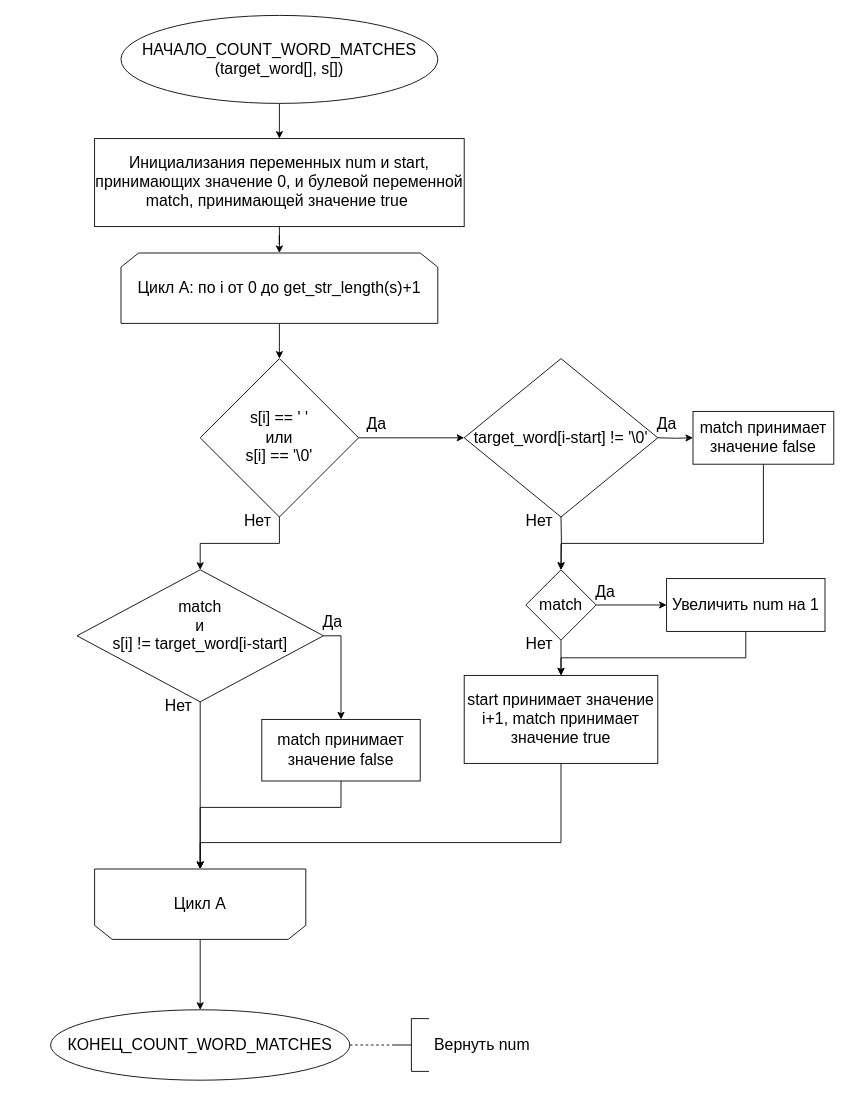
This is lr3.2/text/count_word_matches.drawio from eldarbr/silver-funicular, a draw.io file, before an edit. Source tidied: cells renumbered, new cells numbered last; positions are measured from the earlier drawing's top-left corner, leaving out a move shared by most shapes. Both pictures are drawn from the tidied source at 88%, with x=0, y=0 at pixel (50, 15).
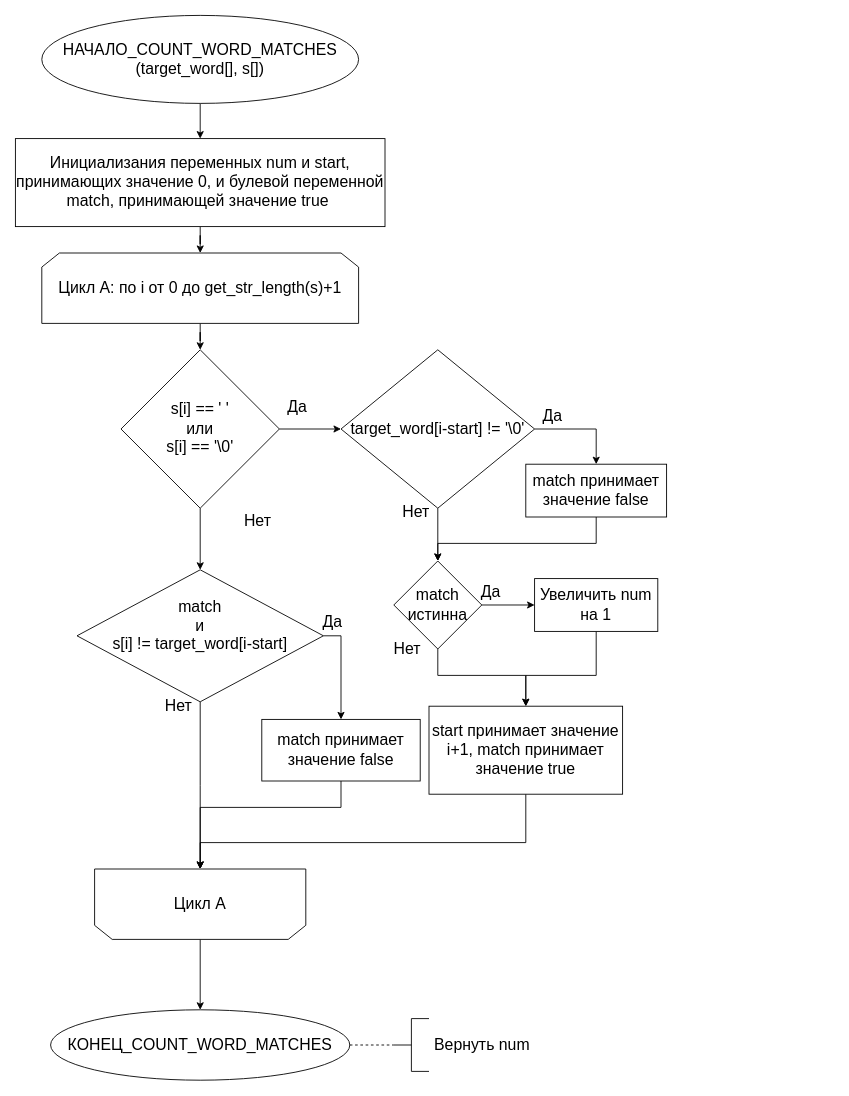
The same page after the edit.

The edit, as a diff of the source:
```diff
@@
     <mxCell id="3" value="&lt;font style=&quot;font-size: 18px&quot;&gt;НАЧАЛО&lt;/font&gt;&lt;font&gt;_COUNT_WORD_MATCHES&lt;br&gt;(target_word[], s[])&lt;br&gt;&lt;/font&gt;" style="ellipse;whiteSpace=wrap;html=1;fontSize=18;" parent="1" vertex="1">
-      <mxGeometry x="80" width="360" height="100" as="geometry" />
+      <mxGeometry x="-10" width="360" height="100" as="geometry" />
     </mxCell>
@@
     <mxCell id="5" value="Инициализания переменных num и start, принимающих значение 0, и булевой переменной match, принимающей значение true&amp;nbsp;" style="whiteSpace=wrap;html=1;fontSize=18;" parent="1" vertex="1">
-      <mxGeometry x="50" y="140" width="420" height="100" as="geometry" />
+      <mxGeometry x="-40" y="140" width="420" height="100" as="geometry" />
     </mxCell>
@@
     <mxCell id="7" value="Цикл А: по i от 0 до get_str_length(s)+1" style="shape=loopLimit;whiteSpace=wrap;html=1;fontSize=18;" parent="1" vertex="1">
-      <mxGeometry x="80" y="270" width="360" height="80" as="geometry" />
+      <mxGeometry x="-10" y="270" width="360" height="80" as="geometry" />
     </mxCell>
@@
     <mxCell id="10" value="s[i] == ' ' &lt;br&gt;или &lt;br&gt;s[i] == '\0'" style="rhombus;whiteSpace=wrap;html=1;fontSize=18;" parent="1" vertex="1">
-      <mxGeometry x="170" y="390" width="180" height="180" as="geometry" />
+      <mxGeometry x="80" y="380" width="180" height="180" as="geometry" />
     </mxCell>
-    <mxCell id="11" style="edgeStyle=orthogonalEdgeStyle;rounded=0;jettySize=auto;html=1;fontSize=18;" parent="1" edge="1" target="16">
-      <mxGeometry relative="1" as="geometry">
-        <mxPoint x="690" y="480" as="sourcePoint" />
-      </mxGeometry>
+    <mxCell id="11" style="edgeStyle=orthogonalEdgeStyle;rounded=0;jettySize=auto;html=1;fontSize=18;exitX=1;exitY=0.5;exitDx=0;exitDy=0;" parent="1" edge="1" source="13" target="16">
+      <mxGeometry relative="1" as="geometry" />
     </mxCell>
-    <mxCell id="12" style="edgeStyle=orthogonalEdgeStyle;rounded=0;jettySize=auto;html=1;fontSize=18;entryX=0.5;entryY=0;entryDx=0;entryDy=0;" parent="1" edge="1" target="21">
-      <mxGeometry relative="1" as="geometry">
-        <mxPoint x="580" y="570" as="sourcePoint" />
-      </mxGeometry>
+    <mxCell id="12" style="edgeStyle=orthogonalEdgeStyle;rounded=0;jettySize=auto;html=1;fontSize=18;entryX=0.5;entryY=0;entryDx=0;entryDy=0;exitX=0.5;exitY=1;exitDx=0;exitDy=0;" parent="1" edge="1" source="13" target="21">
+      <mxGeometry relative="1" as="geometry" />
     </mxCell>
     <mxCell id="13" value="target_word[i-start] != '\0'" style="rhombus;whiteSpace=wrap;html=1;fontSize=18;" parent="1" vertex="1">
-      <mxGeometry x="470" y="390" width="220" height="180" as="geometry" />
+      <mxGeometry x="330" y="380" width="220" height="180" as="geometry" />
     </mxCell>
     <mxCell id="14" value="Да" style="text;html=1;align=center;verticalAlign=middle;strokeColor=none;fillColor=none;fontSize=18;" parent="1" vertex="1">
-      <mxGeometry x="350" y="450" width="40" height="30" as="geometry" />
+      <mxGeometry x="260" y="430" width="40" height="30" as="geometry" />
     </mxCell>
-    <mxCell id="15" style="edgeStyle=orthogonalEdgeStyle;rounded=0;jettySize=auto;html=1;fontSize=18;entryX=0.5;entryY=0;entryDx=0;entryDy=0;" parent="1" edge="1" source="16" target="21">
+    <mxCell id="15" style="edgeStyle=orthogonalEdgeStyle;rounded=0;jettySize=auto;html=1;fontSize=18;entryX=0.5;entryY=0;entryDx=0;entryDy=0;exitX=0.5;exitY=1;exitDx=0;exitDy=0;" parent="1" edge="1" source="16" target="21">
       <mxGeometry relative="1" as="geometry">
         <Array as="points">
-          <mxPoint x="810" y="600" />
-          <mxPoint x="580" y="600" />
+          <mxPoint x="620" y="600" />
+          <mxPoint x="440" y="600" />
         </Array>
       </mxGeometry>
     </mxCell>
     <mxCell id="16" value="match принимает значение false" style="whiteSpace=wrap;html=1;fontSize=18;" parent="1" vertex="1">
-      <mxGeometry x="730" y="450" width="160" height="60" as="geometry" />
+      <mxGeometry x="540" y="510" width="160" height="60" as="geometry" />
     </mxCell>
     <mxCell id="17" value="Да" style="text;html=1;align=center;verticalAlign=middle;strokeColor=none;fillColor=none;fontSize=18;" parent="1" vertex="1">
-      <mxGeometry x="680" y="450" width="40" height="30" as="geometry" />
+      <mxGeometry x="550" y="440" width="40" height="30" as="geometry" />
     </mxCell>
     <mxCell id="18" value="Нет&lt;br&gt;" style="text;html=1;align=center;verticalAlign=middle;strokeColor=none;fillColor=none;fontSize=18;" parent="1" vertex="1">
-      <mxGeometry x="530" y="560" width="50" height="30" as="geometry" />
+      <mxGeometry x="390" y="550" width="50" height="30" as="geometry" />
     </mxCell>
@@
     <mxCell id="20" style="edgeStyle=orthogonalEdgeStyle;rounded=0;jettySize=auto;html=1;fontSize=18;entryX=0.5;entryY=0;entryDx=0;entryDy=0;" parent="1" edge="1" source="21" target="27">
-      <mxGeometry relative="1" as="geometry" />
+      <mxGeometry relative="1" as="geometry">
+        <Array as="points">
+          <mxPoint x="440" y="750" />
+          <mxPoint x="540" y="750" />
+        </Array>
+      </mxGeometry>
     </mxCell>
-    <mxCell id="21" value="match" style="rhombus;whiteSpace=wrap;html=1;fontSize=18;" parent="1" vertex="1">
-      <mxGeometry x="540" y="630" width="80" height="80" as="geometry" />
+    <mxCell id="21" value="match истинна" style="rhombus;whiteSpace=wrap;html=1;fontSize=18;" parent="1" vertex="1">
+      <mxGeometry x="390" y="620" width="100" height="100" as="geometry" />
     </mxCell>
     <mxCell id="22" style="edgeStyle=orthogonalEdgeStyle;rounded=0;jettySize=auto;html=1;entryX=0.5;entryY=0;entryDx=0;entryDy=0;fontSize=18;" parent="1" edge="1" source="23" target="27">
       <mxGeometry relative="1" as="geometry">
         <Array as="points">
-          <mxPoint x="790" y="730" />
-          <mxPoint x="580" y="730" />
+          <mxPoint x="620" y="750" />
+          <mxPoint x="540" y="750" />
         </Array>
       </mxGeometry>
     </mxCell>
-    <mxCell id="23" value="Увеличить num на 1" style="whiteSpace=wrap;html=1;fontSize=18;" parent="1" vertex="1">
-      <mxGeometry x="700" y="640" width="180" height="60" as="geometry" />
+    <mxCell id="23" value="Увеличить num&lt;br&gt;на 1" style="whiteSpace=wrap;html=1;fontSize=18;" parent="1" vertex="1">
+      <mxGeometry x="550" y="640" width="140" height="60" as="geometry" />
     </mxCell>
     <mxCell id="24" value="Да" style="text;html=1;align=center;verticalAlign=middle;strokeColor=none;fillColor=none;fontSize=18;" parent="1" vertex="1">
-      <mxGeometry x="610" y="640" width="40" height="30" as="geometry" />
+      <mxGeometry x="480" y="640" width="40" height="30" as="geometry" />
     </mxCell>
     <mxCell id="25" value="Нет" style="text;html=1;align=center;verticalAlign=middle;strokeColor=none;fillColor=none;fontSize=18;" parent="1" vertex="1">
-      <mxGeometry x="530" y="700" width="50" height="30" as="geometry" />
+      <mxGeometry x="380" y="705" width="50" height="30" as="geometry" />
     </mxCell>
     <mxCell id="26" style="edgeStyle=orthogonalEdgeStyle;rounded=0;jettySize=auto;html=1;fontSize=18;" parent="1" edge="1" source="27">
       <mxGeometry relative="1" as="geometry">
         <mxPoint x="170" y="970" as="targetPoint" />
         <Array as="points">
-          <mxPoint x="580" y="940" />
+          <mxPoint x="540" y="940" />
           <mxPoint x="170" y="940" />
         </Array>
       </mxGeometry>
     </mxCell>
     <mxCell id="27" value="start принимает значение i+1, match принимает значение true" style="whiteSpace=wrap;html=1;fontSize=18;" parent="1" vertex="1">
-      <mxGeometry x="470" y="750" width="220" height="100" as="geometry" />
+      <mxGeometry x="430" y="785" width="220" height="100" as="geometry" />
     </mxCell>
```
